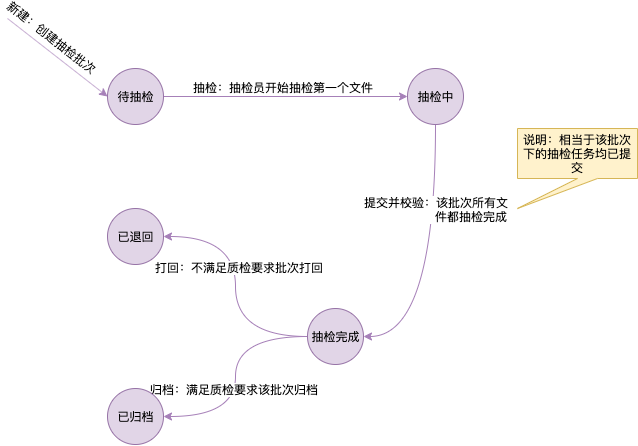
Earlier version of the draw.io export 抽检批次状态图.png (gumuqi/draw.io). Source tidied: cells renumbered, new cells last; positions are measured from the earlier drawing's top-left corner, leaving out a move shared by most shapes. Its diagram source:
```xml
<mxGraphModel>
  <root>
    <mxCell id="0" />
    <mxCell id="1" parent="0" />
    <mxCell id="2" style="edgeStyle=orthogonalEdgeStyle;curved=1;rounded=0;jettySize=auto;html=1;entryX=0;entryY=0.5;entryDx=0;entryDy=0;strokeColor=#A680B8;" parent="1" edge="1" source="4" target="7">
      <mxGeometry relative="1" as="geometry" />
    </mxCell>
    <mxCell id="3" value="抽检：抽检员开始抽检第一个文件" style="text;html=1;align=center;verticalAlign=middle;labelBackgroundColor=#ffffff;" parent="2" vertex="1">
      <mxGeometry x="-0.27" relative="1" as="geometry">
        <mxPoint x="30" y="-10" as="offset" />
      </mxGeometry>
    </mxCell>
    <mxCell id="4" value="待抽检" style="ellipse;whiteSpace=wrap;html=1;fillColor=#e1d5e7;strokeColor=#9673a6;" parent="1" vertex="1">
      <mxGeometry x="100" y="50" width="56" height="56" as="geometry" />
    </mxCell>
    <mxCell id="5" style="edgeStyle=orthogonalEdgeStyle;curved=1;rounded=0;jettySize=auto;html=1;entryX=1;entryY=0.5;entryDx=0;entryDy=0;exitX=0.5;exitY=1;exitDx=0;exitDy=0;strokeColor=#A680B8;" parent="1" edge="1" source="7" target="12">
      <mxGeometry relative="1" as="geometry" />
    </mxCell>
    <mxCell id="6" value="提交并校验：该批次所有文&lt;br&gt;&amp;nbsp; &amp;nbsp; &amp;nbsp; &amp;nbsp; &amp;nbsp; &amp;nbsp; &amp;nbsp; &amp;nbsp; &amp;nbsp; &amp;nbsp; &amp;nbsp;件都抽检完成" style="text;html=1;align=center;verticalAlign=middle;labelBackgroundColor=#ffffff;" parent="5" vertex="1">
      <mxGeometry x="-0.67" relative="1" as="geometry">
        <mxPoint y="37" as="offset" />
      </mxGeometry>
    </mxCell>
    <mxCell id="7" value="抽检中" style="ellipse;whiteSpace=wrap;html=1;fillColor=#e1d5e7;strokeColor=#9673a6;" parent="1" vertex="1">
      <mxGeometry x="400" y="50" width="56" height="56" as="geometry" />
    </mxCell>
    <mxCell id="8" style="edgeStyle=orthogonalEdgeStyle;curved=1;rounded=0;jettySize=auto;html=1;entryX=1;entryY=0.5;entryDx=0;entryDy=0;strokeColor=#A680B8;" parent="1" edge="1" source="12" target="13">
      <mxGeometry relative="1" as="geometry" />
    </mxCell>
    <mxCell id="9" value="打回：不满足质检要求批次打回" style="text;html=1;align=center;verticalAlign=middle;labelBackgroundColor=#ffffff;" parent="8" vertex="1">
      <mxGeometry x="0.58" y="12" relative="1" as="geometry">
        <mxPoint x="24" y="18" as="offset" />
      </mxGeometry>
    </mxCell>
    <mxCell id="10" style="edgeStyle=orthogonalEdgeStyle;curved=1;rounded=0;jettySize=auto;html=1;exitX=0;exitY=0.5;exitDx=0;exitDy=0;entryX=1;entryY=0.5;entryDx=0;entryDy=0;strokeColor=#A680B8;" parent="1" edge="1" source="12" target="14">
      <mxGeometry relative="1" as="geometry" />
    </mxCell>
    <mxCell id="11" value="归档：满足质检要求该批次归档" style="text;html=1;align=center;verticalAlign=middle;labelBackgroundColor=#ffffff;" parent="10" vertex="1">
      <mxGeometry x="0.11" y="-2" relative="1" as="geometry" />
    </mxCell>
    <mxCell id="12" value="抽检完成" style="ellipse;whiteSpace=wrap;html=1;fillColor=#e1d5e7;strokeColor=#9673a6;" parent="1" vertex="1">
      <mxGeometry x="300" y="290" width="56" height="56" as="geometry" />
    </mxCell>
    <mxCell id="13" value="已退回" style="ellipse;whiteSpace=wrap;html=1;fillColor=#e1d5e7;strokeColor=#9673a6;" parent="1" vertex="1">
      <mxGeometry x="100" y="190" width="56" height="56" as="geometry" />
    </mxCell>
    <mxCell id="14" value="已归档" style="ellipse;whiteSpace=wrap;html=1;fillColor=#e1d5e7;strokeColor=#9673a6;" parent="1" vertex="1">
      <mxGeometry x="100" y="370" width="56" height="56" as="geometry" />
    </mxCell>
    <mxCell id="15" style="endArrow=classic;html=1;entryX=0;entryY=0.5;entryDx=0;entryDy=0;strokeColor=#A680B8;" parent="1" edge="1" target="4">
      <mxGeometry relative="1" as="geometry">
        <mxPoint as="sourcePoint" />
      </mxGeometry>
    </mxCell>
    <mxCell id="16" value="新建：创建抽检批次" style="text;html=1;align=center;verticalAlign=middle;labelBackgroundColor=#ffffff;rotation=38;" parent="15" vertex="1">
      <mxGeometry x="-0.19" y="1" relative="1" as="geometry">
        <mxPoint x="4.5" y="-12" as="offset" />
      </mxGeometry>
    </mxCell>
    <mxCell id="17" value="说明：相当于该批次下的抽检任务均已提交" style="shape=callout;whiteSpace=wrap;html=1;perimeter=calloutPerimeter;position2=0;fillColor=#fff2cc;strokeColor=#d6b656;" parent="1" vertex="1">
      <mxGeometry x="510" y="110" width="120" height="80" as="geometry" />
    </mxCell>
  </root>
</mxGraphModel>
```
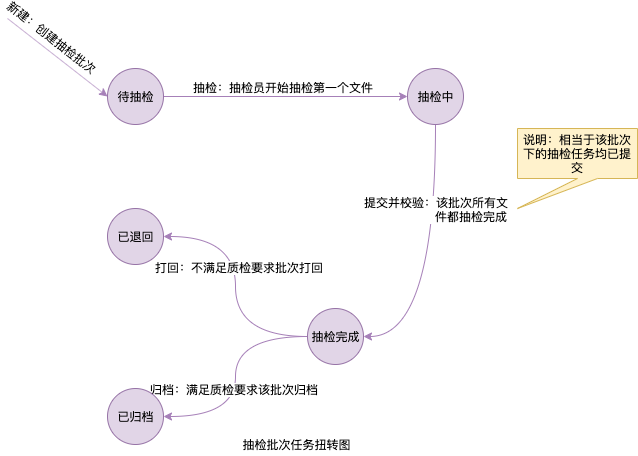
The same diagram one commit later.

Commit message:
已添加 抽检批次状态图.png

The edit, as a diff of the source:
```diff
@@ -60,5 +60,8 @@
     <mxCell id="17" value="说明：相当于该批次下的抽检任务均已提交" style="shape=callout;whiteSpace=wrap;html=1;perimeter=calloutPerimeter;position2=0;fillColor=#fff2cc;strokeColor=#d6b656;" parent="1" vertex="1">
       <mxGeometry x="510" y="110" width="120" height="80" as="geometry" />
     </mxCell>
+    <mxCell id="18" value="抽检批次任务扭转图" style="text;html=1;strokeColor=none;fillColor=none;align=center;verticalAlign=middle;whiteSpace=wrap;rounded=0;" parent="1" vertex="1">
+      <mxGeometry x="224" y="416" width="130" height="20" as="geometry" />
+    </mxCell>
   </root>
 </mxGraphModel>
```
